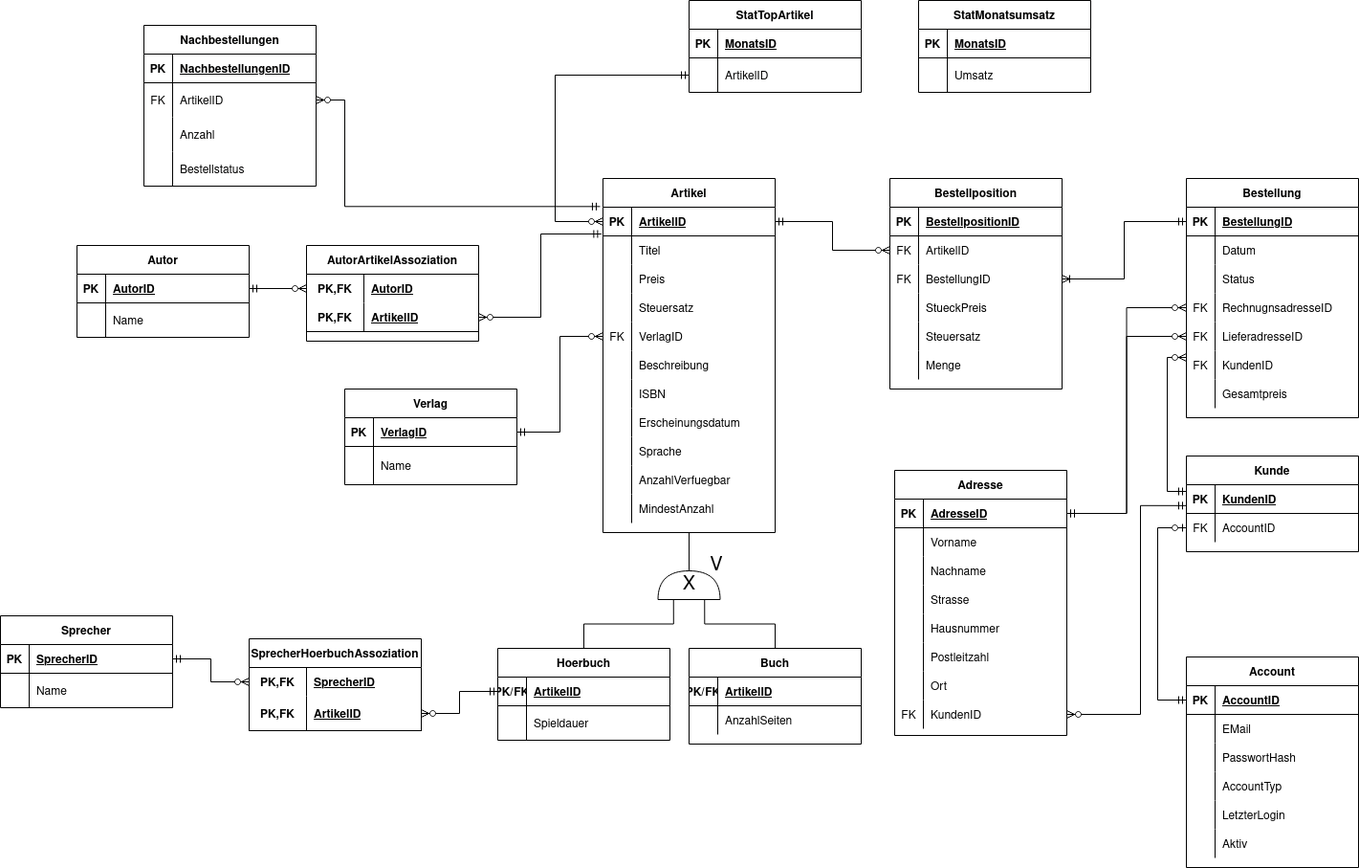
WalnussMuenze22/db2-buecherwurm keeps this draw.io diagram as EERD/EERM.png. Above is the earlier version. Source tidied: cells renumbered, new cells last; positions are measured from the earlier drawing's top-left corner, leaving out a move shared by most shapes.
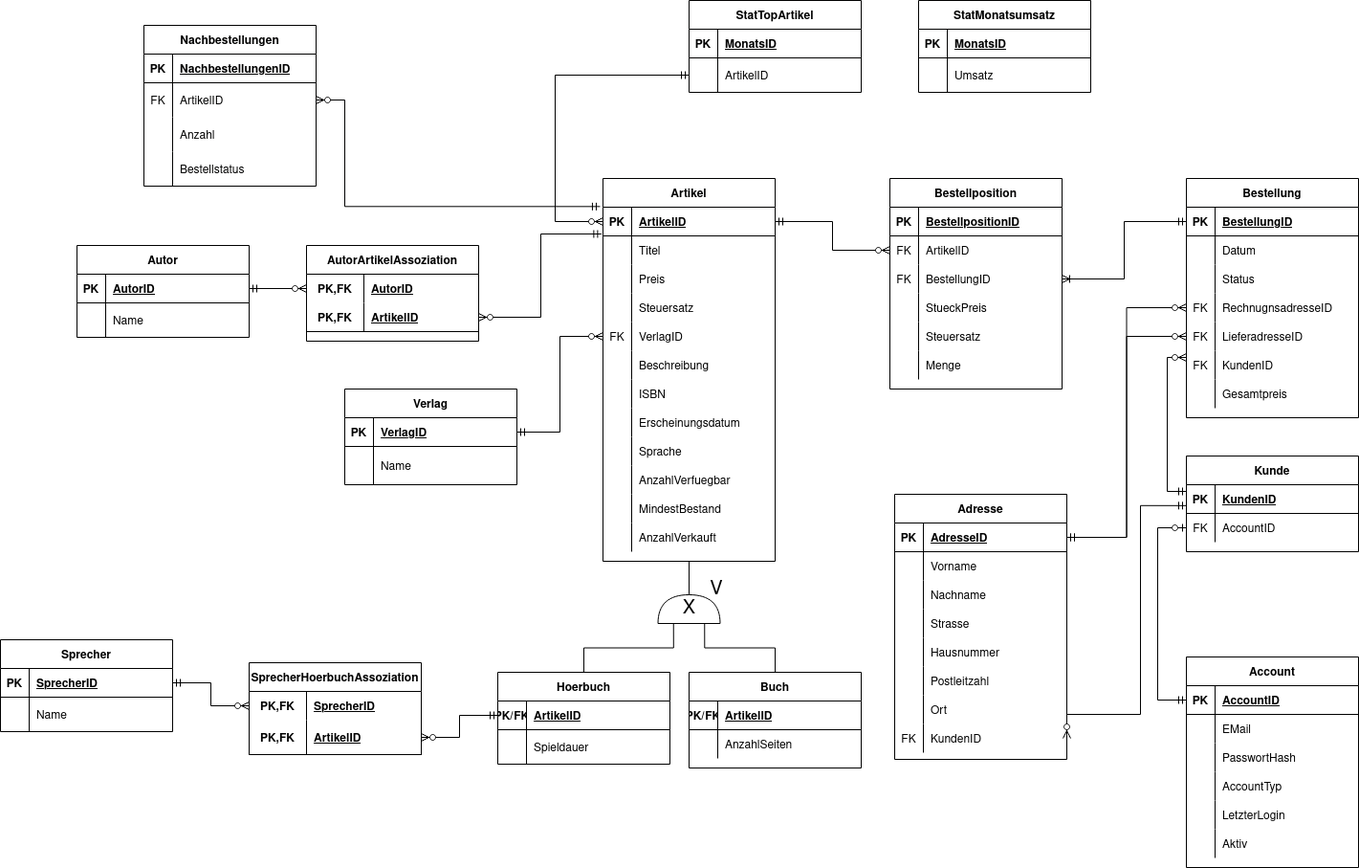
Above is the later version.

The edit, as a diff of the source:
```diff
@@ -3,7 +3,7 @@
     <mxCell id="0" />
     <mxCell id="1" parent="0" />
     <mxCell id="2" value="Artikel" style="shape=table;startSize=30;rowLines=0;fontStyle=1;align=center;" parent="1" vertex="1">
-      <mxGeometry x="630" y="186" width="180" height="370" as="geometry" />
+      <mxGeometry x="630" y="186" width="180" height="400" as="geometry" />
     </mxCell>
     <mxCell id="3" style="shape=tableRow;horizontal=0;startSize=0;swimlaneHead=0;swimlaneBody=0;fillColor=none;points=[[0,0.5],[1,0.5]];portConstraint=eastwest;top=0;left=0;right=0;bottom=1;" parent="2" vertex="1">
       <mxGeometry y="30" width="180" height="30" as="geometry" />
@@ -101,11 +101,20 @@
     <mxCell id="34" style="shape=partialRectangle;fillColor=none;top=0;left=0;bottom=0;right=0;overflow=hidden;" parent="33" vertex="1">
       <mxGeometry width="30" height="30" as="geometry" />
     </mxCell>
-    <mxCell id="35" value="MindestAnzahl" style="shape=partialRectangle;fillColor=none;top=0;left=0;bottom=0;right=0;align=left;spacingLeft=6;overflow=hidden;" parent="33" vertex="1">
+    <mxCell id="35" value="MindestBestand" style="shape=partialRectangle;fillColor=none;top=0;left=0;bottom=0;right=0;align=left;spacingLeft=6;overflow=hidden;" parent="33" vertex="1">
       <mxGeometry x="30" width="150" height="30" as="geometry" />
     </mxCell>
+    <mxCell id="224" style="shape=tableRow;horizontal=0;startSize=0;swimlaneHead=0;swimlaneBody=0;fillColor=none;top=0;left=0;right=0;bottom=0;" parent="2" vertex="1">
+      <mxGeometry y="360" width="180" height="30" as="geometry" />
+    </mxCell>
+    <mxCell id="225" style="shape=partialRectangle;fillColor=none;top=0;left=0;bottom=0;right=0;overflow=hidden;" parent="224" vertex="1">
+      <mxGeometry width="30" height="30" as="geometry" />
+    </mxCell>
+    <mxCell id="226" value="AnzahlVerkauft" style="shape=partialRectangle;fillColor=none;top=0;left=0;bottom=0;right=0;align=left;spacingLeft=6;overflow=hidden;" parent="224" vertex="1">
+      <mxGeometry x="30" width="150" height="30" as="geometry" />
+    </mxCell>
     <mxCell id="36" value="Buch" style="shape=table;startSize=30;rowLines=0;fontStyle=1;align=center;" parent="1" vertex="1">
-      <mxGeometry x="720" y="677" width="180" height="100" as="geometry" />
+      <mxGeometry x="720" y="702" width="180" height="100" as="geometry" />
     </mxCell>
     <mxCell id="37" style="shape=tableRow;horizontal=0;startSize=0;swimlaneHead=0;swimlaneBody=0;fillColor=none;top=0;left=0;right=0;bottom=1;" parent="36" vertex="1">
       <mxGeometry y="30" width="180" height="30" as="geometry" />
@@ -126,7 +135,7 @@
       <mxGeometry x="30" width="150" height="30" as="geometry" />
     </mxCell>
     <mxCell id="43" value="Hoerbuch" style="shape=table;startSize=30;rowLines=0;fontStyle=1;align=center;" parent="1" vertex="1">
-      <mxGeometry x="520" y="677" width="180" height="96" as="geometry" />
+      <mxGeometry x="520" y="702" width="180" height="96" as="geometry" />
     </mxCell>
     <mxCell id="44" style="shape=tableRow;horizontal=0;startSize=0;swimlaneHead=0;swimlaneBody=0;fillColor=none;points=[[0,0.5],[1,0.5]];portConstraint=eastwest;top=0;left=0;right=0;bottom=1;" parent="43" vertex="1">
       <mxGeometry y="30" width="180" height="30" as="geometry" />
@@ -147,7 +156,7 @@
       <mxGeometry x="30" width="150" height="36" as="geometry" />
     </mxCell>
     <mxCell id="50" value="Sprecher" style="shape=table;startSize=30;rowLines=0;fontStyle=1;align=center;" parent="1" vertex="1">
-      <mxGeometry y="643" width="180" height="96" as="geometry" />
+      <mxGeometry y="668" width="180" height="96" as="geometry" />
     </mxCell>
     <mxCell id="51" style="shape=tableRow;horizontal=0;startSize=0;swimlaneHead=0;swimlaneBody=0;fillColor=none;points=[[0,0.5],[1,0.5]];portConstraint=eastwest;top=0;left=0;right=0;bottom=1;" parent="50" vertex="1">
       <mxGeometry y="30" width="180" height="30" as="geometry" />
@@ -336,7 +345,7 @@
       <mxGeometry x="30" width="150" height="30" as="geometry" />
     </mxCell>
     <mxCell id="113" value="Adresse" style="shape=table;startSize=30;rowLines=0;fontStyle=1;align=center;" parent="1" vertex="1">
-      <mxGeometry x="935" y="491" width="180" height="277" as="geometry" />
+      <mxGeometry x="935" y="516" width="180" height="277" as="geometry" />
     </mxCell>
     <mxCell id="114" style="shape=tableRow;horizontal=0;startSize=0;swimlaneHead=0;swimlaneBody=0;fillColor=none;points=[[0,0.5],[1,0.5]];portConstraint=eastwest;top=0;left=0;right=0;bottom=1;" parent="113" vertex="1">
       <mxGeometry y="30" width="180" height="30" as="geometry" />
@@ -569,7 +578,7 @@
       </mxGeometry>
     </mxCell>
     <mxCell id="185" value="SprecherHoerbuchAssoziation" style="shape=table;startSize=30;rowLines=0;fontStyle=1;align=center;" parent="1" vertex="1">
-      <mxGeometry x="260" y="667" width="180" height="96" as="geometry" />
+      <mxGeometry x="260" y="692" width="180" height="96" as="geometry" />
     </mxCell>
     <mxCell id="186" style="shape=tableRow;horizontal=0;startSize=0;swimlaneHead=0;swimlaneBody=0;fillColor=none;points=[[0,0.5],[1,0.5]];portConstraint=eastwest;top=0;left=0;right=0;bottom=0;" parent="185" vertex="1">
       <mxGeometry y="30" width="180" height="30" as="geometry" />
@@ -682,10 +691,10 @@
       <mxGeometry x="687.5" y="576" width="70" height="50" as="geometry" />
     </mxCell>
     <mxCell id="221" value="&lt;font style=&quot;font-size: 20px;&quot;&gt;X&lt;/font&gt;" style="shape=or;whiteSpace=wrap;html=1;direction=north;" parent="220" vertex="1">
-      <mxGeometry y="20" width="65" height="30" as="geometry" />
+      <mxGeometry y="45" width="65" height="30" as="geometry" />
     </mxCell>
     <mxCell id="222" value="V" style="text;html=1;strokeColor=none;fillColor=none;align=center;verticalAlign=middle;whiteSpace=wrap;rounded=0;fontSize=20;" parent="220" vertex="1">
-      <mxGeometry x="52.5" width="17.5" height="30" as="geometry" />
+      <mxGeometry x="52.5" y="25" width="17.5" height="30" as="geometry" />
     </mxCell>
     <mxCell id="223" style="edgeStyle=orthogonalEdgeStyle;fontSize=12;html=1;endArrow=ERzeroToMany;startArrow=ERmandOne;rounded=0;exitX=-0.012;exitY=0.728;exitDx=0;exitDy=0;entryX=1;entryY=0.5;entryDx=0;entryDy=0;exitPerimeter=0;" parent="1" edge="1" target="135">
       <mxGeometry relative="1" as="geometry">
```
